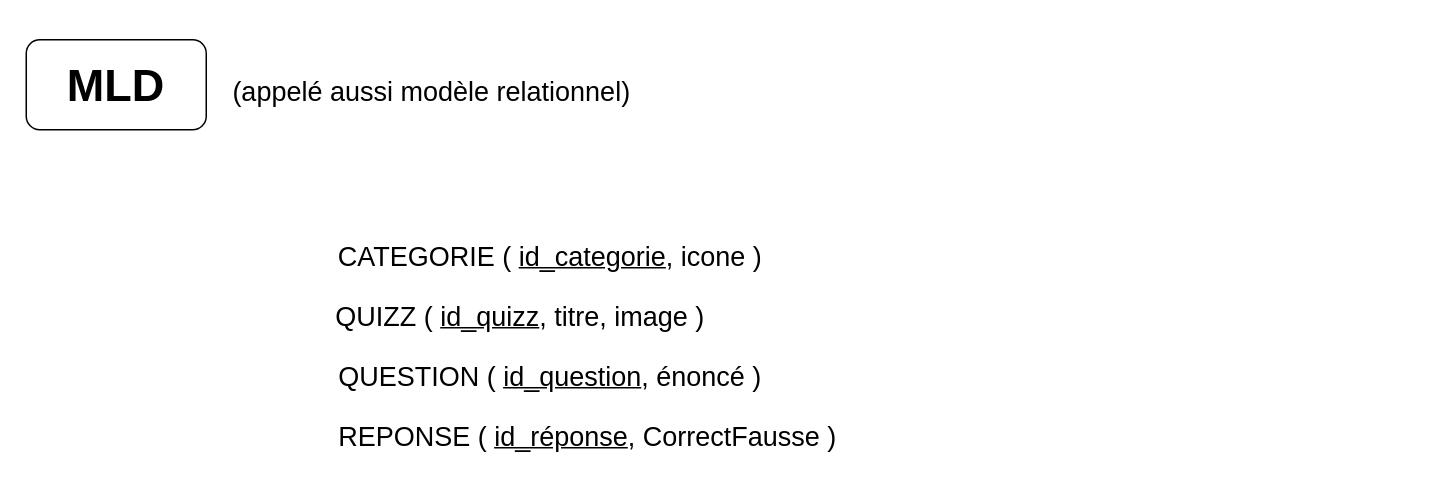
The draw.io diagram page "MLD" (2 of 3) of MCD.drawio in SabrinaMouginot/Merise, before the edit. Source tidied: cells renumbered, new cells numbered last; positions are measured from the earlier drawing's top-left corner, leaving out a move shared by most shapes. Both pictures are drawn from the tidied source at 150%, with x=0, y=0 at pixel (26, 39).
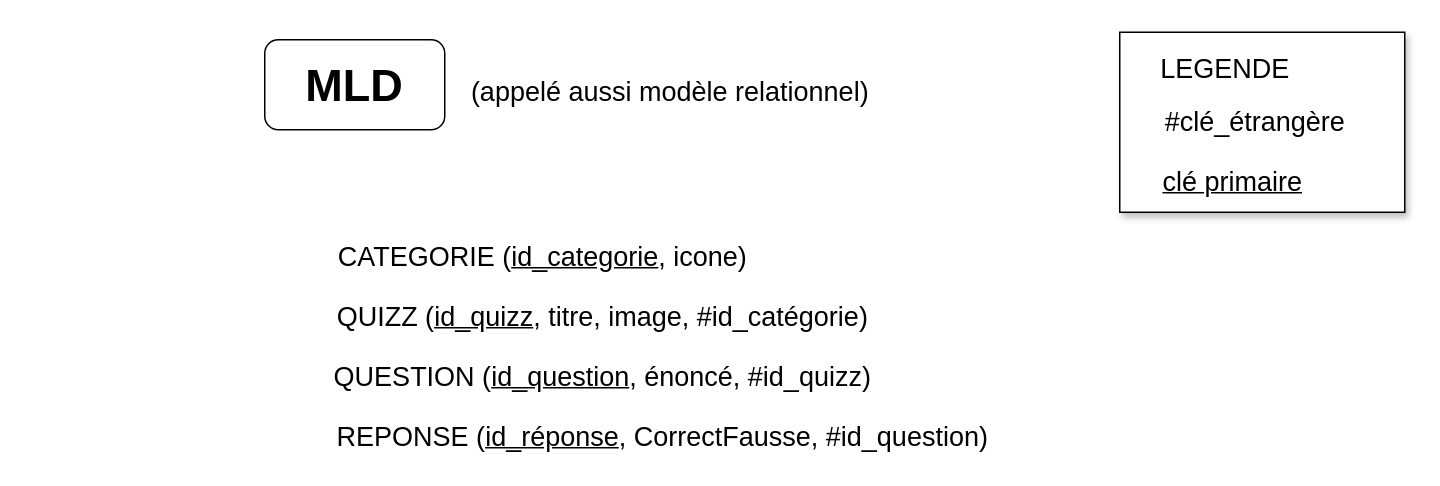
The same page after the edit.

The edit, as a diff of the source:
```diff
@@
 <mxGraphModel>
   <root>
     <mxCell id="0" />
     <mxCell id="1" parent="0" />
     <mxCell id="2" value="&lt;font style=&quot;font-size: 30px&quot;&gt;&lt;b&gt;MLD&lt;/b&gt;&lt;/font&gt;" style="rounded=1;whiteSpace=wrap;html=1;" parent="1" vertex="1">
-      <mxGeometry width="120" height="60" as="geometry" />
+      <mxGeometry x="159" width="120" height="60" as="geometry" />
     </mxCell>
     <mxCell id="3" value="&lt;font style=&quot;font-size: 18px&quot;&gt;(appelé aussi modèle relationnel)&lt;/font&gt;" style="text;html=1;align=center;verticalAlign=middle;strokeColor=none;fillColor=none;fontSize=30;" parent="1" vertex="1">
-      <mxGeometry x="130" y="5" width="280" height="50" as="geometry" />
+      <mxGeometry x="289" y="5" width="280" height="50" as="geometry" />
     </mxCell>
-    <mxCell id="4" value="CATEGORIE ( &lt;u&gt;id_categorie&lt;/u&gt;, icone )" style="text;html=1;align=center;verticalAlign=middle;strokeColor=none;fillColor=none;fontSize=18;" parent="1" vertex="1">
-      <mxGeometry x="199" y="130" width="300" height="30" as="geometry" />
+    <mxCell id="4" value="CATEGORIE (&lt;u&gt;id_categorie&lt;/u&gt;, icone)" style="text;html=1;align=center;verticalAlign=middle;strokeColor=none;fillColor=none;fontSize=18;" parent="1" vertex="1">
+      <mxGeometry x="199" y="130" width="290" height="30" as="geometry" />
     </mxCell>
-    <mxCell id="5" value="QUIZZ ( &lt;u&gt;id_quizz&lt;/u&gt;, titre, image )" style="text;html=1;align=center;verticalAlign=middle;strokeColor=none;fillColor=none;fontSize=18;" parent="1" vertex="1">
-      <mxGeometry x="199" y="170" width="260" height="30" as="geometry" />
+    <mxCell id="5" value="QUIZZ (&lt;u&gt;id_quizz&lt;/u&gt;, titre, image, #id_catégorie)" style="text;html=1;align=center;verticalAlign=middle;strokeColor=none;fillColor=none;fontSize=18;" parent="1" vertex="1">
+      <mxGeometry x="199" y="170" width="370" height="30" as="geometry" />
     </mxCell>
-    <mxCell id="6" value="QUESTION ( &lt;u&gt;id_question&lt;/u&gt;, énoncé )" style="text;html=1;align=center;verticalAlign=middle;strokeColor=none;fillColor=none;fontSize=18;" parent="1" vertex="1">
-      <mxGeometry x="199" y="210" width="300" height="30" as="geometry" />
+    <mxCell id="6" value="QUESTION (&lt;u&gt;id_question&lt;/u&gt;, énoncé, #id_quizz)" style="text;html=1;align=center;verticalAlign=middle;strokeColor=none;fillColor=none;fontSize=18;" parent="1" vertex="1">
+      <mxGeometry x="199" y="210" width="370" height="30" as="geometry" />
     </mxCell>
-    <mxCell id="7" value="REPONSE ( &lt;u&gt;id_réponse&lt;/u&gt;, CorrectFausse )" style="text;html=1;align=center;verticalAlign=middle;strokeColor=none;fillColor=none;fontSize=18;" parent="1" vertex="1">
-      <mxGeometry x="199" y="250" width="350" height="30" as="geometry" />
+    <mxCell id="7" value="REPONSE (&lt;u&gt;id_réponse&lt;/u&gt;, CorrectFausse, #id_question)" style="text;html=1;align=center;verticalAlign=middle;strokeColor=none;fillColor=none;fontSize=18;" parent="1" vertex="1">
+      <mxGeometry x="199" y="250" width="450" height="30" as="geometry" />
     </mxCell>
+    <mxCell id="8" style="whiteSpace=wrap;html=1;shadow=1;fontSize=18;" parent="1" vertex="1">
+      <mxGeometry x="729" y="-5" width="190" height="120" as="geometry" />
+    </mxCell>
+    <mxCell id="9" value="#clé_étrangère" style="text;html=1;align=center;verticalAlign=middle;strokeColor=none;fillColor=none;fontSize=18;" parent="1" vertex="1">
+      <mxGeometry x="749" y="40" width="140" height="30" as="geometry" />
+    </mxCell>
+    <mxCell id="10" value="&lt;u&gt;clé primaire&lt;/u&gt;" style="text;html=1;align=center;verticalAlign=middle;strokeColor=none;fillColor=none;fontSize=18;" parent="1" vertex="1">
+      <mxGeometry x="749" y="80" width="110" height="30" as="geometry" />
+    </mxCell>
+    <mxCell id="11" value="LEGENDE" style="text;html=1;align=center;verticalAlign=middle;strokeColor=none;fillColor=none;fontSize=18;" parent="1" vertex="1">
+      <mxGeometry x="749" y="5" width="100" height="30" as="geometry" />
+    </mxCell>
   </root>
 </mxGraphModel>
```
